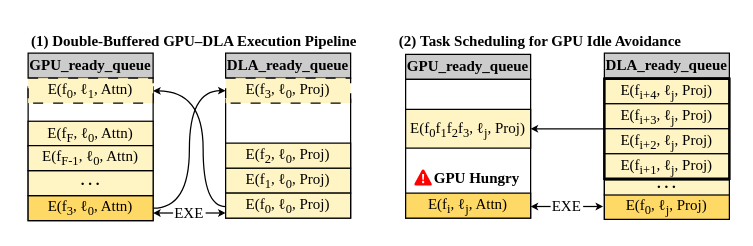
The draw.io diagram figures/design_pipeline.drawio in icszhr/hermes, before the edit. Source tidied: cells renumbered, new cells numbered last; positions are measured from the earlier drawing's top-left corner, leaving out a move shared by most shapes. Both pictures are drawn from the tidied source at 125%, with x=0, y=0 at pixel (28, 32).
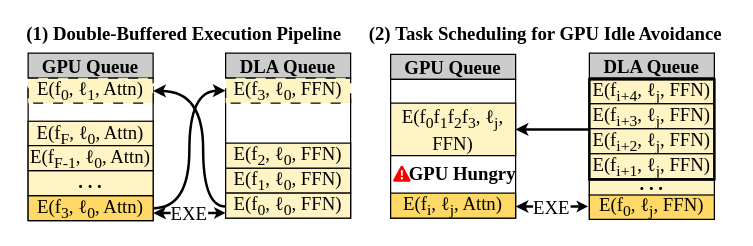
The same page after the edit.

Change to the diagram source:
```diff
@@
-    <mxCell id="2" value="&lt;b&gt;GPU_ready_queue&lt;/b&gt;" style="rounded=0;whiteSpace=wrap;html=1;fontFamily=Times New Roman;fillColor=#CCCCCC;" parent="1" vertex="1">
+    <mxCell id="2" value="&lt;b&gt;GPU Queue&lt;/b&gt;" style="rounded=0;whiteSpace=wrap;html=1;fontFamily=Times New Roman;fillColor=#CCCCCC;fontSize=15;" parent="1" vertex="1">
       <mxGeometry y="16" width="100" height="20" as="geometry" />
     </mxCell>
-    <mxCell id="3" style="rounded=0;whiteSpace=wrap;html=1;fontFamily=Times New Roman;" parent="1" vertex="1">
+    <mxCell id="3" style="rounded=0;whiteSpace=wrap;html=1;fontFamily=Times New Roman;fontSize=15;" parent="1" vertex="1">
       <mxGeometry y="43" width="100" height="107" as="geometry" />
     </mxCell>
-    <mxCell id="4" value="&lt;b&gt;DLA_ready_queue&lt;/b&gt;" style="rounded=0;whiteSpace=wrap;html=1;fontFamily=Times New Roman;fillColor=#CCCCCC;" parent="1" vertex="1">
+    <mxCell id="4" value="&lt;b&gt;DLA Queue&lt;/b&gt;" style="rounded=0;whiteSpace=wrap;html=1;fontFamily=Times New Roman;fillColor=#CCCCCC;fontSize=15;" parent="1" vertex="1">
       <mxGeometry x="158" y="16" width="100" height="20" as="geometry" />
     </mxCell>
-    <mxCell id="5" style="rounded=0;whiteSpace=wrap;html=1;fontFamily=Times New Roman;" parent="1" vertex="1">
+    <mxCell id="5" style="rounded=0;whiteSpace=wrap;html=1;fontFamily=Times New Roman;fontSize=15;" parent="1" vertex="1">
       <mxGeometry x="158" y="53" width="100" height="95" as="geometry" />
     </mxCell>
-    <mxCell id="6" style="edgeStyle=orthogonalEdgeStyle;rounded=0;jettySize=auto;html=1;exitX=1;exitY=0.5;exitDx=0;exitDy=0;entryX=0;entryY=0.5;entryDx=0;entryDy=0;curved=1;endSize=3;" parent="1" edge="1" source="7" target="17">
+    <mxCell id="6" style="edgeStyle=orthogonalEdgeStyle;rounded=0;jettySize=auto;html=1;exitX=1;exitY=0.5;exitDx=0;exitDy=0;entryX=0;entryY=0.5;entryDx=0;entryDy=0;curved=1;endSize=4;fontSize=15;strokeWidth=2;" parent="1" edge="1" source="7" target="17">
       <mxGeometry relative="1" as="geometry" />
     </mxCell>
-    <mxCell id="7" value="E(f&lt;sub&gt;3&lt;/sub&gt;, ℓ&lt;sub&gt;0&lt;/sub&gt;, Attn)" style="rounded=0;whiteSpace=wrap;html=1;fontFamily=Times New Roman;fillColor=#FFD966;" parent="1" vertex="1">
+    <mxCell id="7" value="E(f&lt;sub&gt;3&lt;/sub&gt;, ℓ&lt;sub&gt;0&lt;/sub&gt;, Attn)" style="rounded=0;whiteSpace=wrap;html=1;fontFamily=Times New Roman;fillColor=#FFD966;fontSize=15;" parent="1" vertex="1">
       <mxGeometry y="130" width="100" height="20" as="geometry" />
     </mxCell>
-    <mxCell id="8" value="&lt;b style=&quot;line-height: 0%;&quot;&gt;. . .&lt;/b&gt;" style="rounded=0;whiteSpace=wrap;html=1;spacingTop=-4;fontFamily=Times New Roman;fillColor=#FFF4C3;" parent="1" vertex="1">
+    <mxCell id="8" value="&lt;b style=&quot;line-height: 0%;&quot;&gt;. . .&lt;/b&gt;" style="rounded=0;whiteSpace=wrap;html=1;spacingTop=-4;fontFamily=Times New Roman;fillColor=#FFF4C3;fontSize=15;" parent="1" vertex="1">
       <mxGeometry y="110" width="100" height="20" as="geometry" />
     </mxCell>
-    <mxCell id="9" value="E(f&lt;sub&gt;F&lt;/sub&gt;, ℓ&lt;sub&gt;0&lt;/sub&gt;, Attn)" style="rounded=0;whiteSpace=wrap;html=1;fontFamily=Times New Roman;fillColor=#FFF4C3;" parent="1" vertex="1">
+    <mxCell id="9" value="E(f&lt;sub&gt;F&lt;/sub&gt;, ℓ&lt;sub&gt;0&lt;/sub&gt;, Attn)" style="rounded=0;whiteSpace=wrap;html=1;fontFamily=Times New Roman;fillColor=#FFF4C3;fontSize=15;" parent="1" vertex="1">
       <mxGeometry y="70.5" width="100" height="20" as="geometry" />
     </mxCell>
-    <mxCell id="10" value="E(f&lt;sub&gt;1&lt;/sub&gt;, ℓ&lt;sub&gt;0&lt;/sub&gt;, Proj)" style="rounded=0;whiteSpace=wrap;html=1;fontFamily=Times New Roman;fillColor=#FFF4C3;" parent="1" vertex="1">
+    <mxCell id="10" value="E(f&lt;sub&gt;1&lt;/sub&gt;, ℓ&lt;sub&gt;0&lt;/sub&gt;, FFN)" style="rounded=0;whiteSpace=wrap;html=1;fontFamily=Times New Roman;fillColor=#FFF4C3;fontSize=15;" parent="1" vertex="1">
       <mxGeometry x="158" y="108" width="100" height="20" as="geometry" />
     </mxCell>
-    <mxCell id="11" value="&lt;font face=&quot;Times New Roman&quot;&gt;EXE&lt;/font&gt;" style="text;html=1;whiteSpace=wrap;strokeColor=none;fillColor=none;align=center;verticalAlign=middle;rounded=0;" parent="1" vertex="1">
+    <mxCell id="11" value="&lt;font face=&quot;Times New Roman&quot;&gt;EXE&lt;/font&gt;" style="text;html=1;whiteSpace=wrap;strokeColor=none;fillColor=none;align=center;verticalAlign=middle;rounded=0;fontSize=15;" parent="1" vertex="1">
       <mxGeometry x="99" y="142" width="60" height="4" as="geometry" />
     </mxCell>
-    <mxCell id="12" style="endArrow=classic;html=1;rounded=0;endSize=3;" parent="1" edge="1">
+    <mxCell id="12" style="endArrow=classic;html=1;rounded=0;endSize=4;fontSize=15;strokeWidth=2;" parent="1" edge="1">
       <mxGeometry relative="1" as="geometry">
-        <mxPoint x="116" y="143.9" as="sourcePoint" />
+        <mxPoint x="114" y="143.9" as="sourcePoint" />
         <mxPoint x="100" y="143.9" as="targetPoint" />
       </mxGeometry>
     </mxCell>
-    <mxCell id="13" style="endArrow=none;html=1;rounded=0;endSize=3;endFill=0;startArrow=classic;startFill=1;startSize=3;" parent="1" edge="1">
+    <mxCell id="13" style="endArrow=none;html=1;rounded=0;endSize=4;endFill=0;startArrow=classic;startFill=1;startSize=3;fontSize=15;strokeWidth=2;" parent="1" edge="1">
       <mxGeometry relative="1" as="geometry">
         <mxPoint x="158" y="143.9" as="sourcePoint" />
-        <mxPoint x="142" y="143.9" as="targetPoint" />
+        <mxPoint x="144" y="143.9" as="targetPoint" />
       </mxGeometry>
     </mxCell>
-    <mxCell id="14" style="edgeStyle=orthogonalEdgeStyle;rounded=0;orthogonalLoop=1;jettySize=auto;html=1;exitX=0;exitY=0.5;exitDx=0;exitDy=0;entryX=1;entryY=1;entryDx=0;entryDy=0;curved=1;endSize=3;" parent="1" edge="1">
+    <mxCell id="14" style="edgeStyle=orthogonalEdgeStyle;rounded=0;orthogonalLoop=1;jettySize=auto;html=1;exitX=0;exitY=0.5;exitDx=0;exitDy=0;entryX=1;entryY=1;entryDx=0;entryDy=0;curved=1;endSize=4;fontSize=15;strokeWidth=2;" parent="1" edge="1">
       <mxGeometry relative="1" as="geometry">
         <mxPoint x="158" y="138.7" as="sourcePoint" />
         <mxPoint x="100" y="46.2" as="targetPoint" />
         <Array as="points">
           <mxPoint x="140" y="139" />
           <mxPoint x="140" y="46" />
         </Array>
       </mxGeometry>
     </mxCell>
-    <mxCell id="15" value="E(f&lt;sub&gt;0&lt;/sub&gt;, ℓ&lt;sub&gt;0&lt;/sub&gt;, Proj)" style="rounded=0;whiteSpace=wrap;html=1;fontFamily=Times New Roman;fillColor=#FFF4C3;" parent="1" vertex="1">
+    <mxCell id="15" value="E(f&lt;sub&gt;0&lt;/sub&gt;, ℓ&lt;sub&gt;0&lt;/sub&gt;, FFN)" style="rounded=0;whiteSpace=wrap;html=1;fontFamily=Times New Roman;fillColor=#FFF4C3;fontSize=15;" parent="1" vertex="1">
       <mxGeometry x="158" y="128" width="100" height="20" as="geometry" />
     </mxCell>
-    <mxCell id="16" value="E(f&lt;sub&gt;0&lt;/sub&gt;, ℓ&lt;sub&gt;1&lt;/sub&gt;, Attn)" style="rounded=0;whiteSpace=wrap;html=1;fontFamily=Times New Roman;fillColor=#FFF4C3;dashed=1;dashPattern=8 8;" parent="1" vertex="1">
+    <mxCell id="16" value="E(f&lt;sub&gt;0&lt;/sub&gt;, ℓ&lt;sub&gt;1&lt;/sub&gt;, Attn)" style="rounded=0;whiteSpace=wrap;html=1;fontFamily=Times New Roman;fillColor=#FFF4C3;dashed=1;dashPattern=8 8;fontSize=15;" parent="1" vertex="1">
       <mxGeometry y="36" width="100" height="20" as="geometry" />
     </mxCell>
-    <mxCell id="17" value="E(f&lt;sub&gt;3&lt;/sub&gt;, ℓ&lt;sub&gt;0&lt;/sub&gt;, Proj)" style="rounded=0;whiteSpace=wrap;html=1;fontFamily=Times New Roman;dashed=1;dashPattern=8 8;fillColor=#FFF4C3;" parent="1" vertex="1">
+    <mxCell id="17" value="E(f&lt;sub&gt;3&lt;/sub&gt;, ℓ&lt;sub&gt;0&lt;/sub&gt;, FFN)" style="rounded=0;whiteSpace=wrap;html=1;fontFamily=Times New Roman;dashed=1;dashPattern=8 8;fillColor=#FFF4C3;fontSize=15;" parent="1" vertex="1">
       <mxGeometry x="158" y="36" width="100" height="20" as="geometry" />
     </mxCell>
-    <mxCell id="18" value="&lt;b&gt;GPU_ready_queue&lt;/b&gt;" style="rounded=0;whiteSpace=wrap;html=1;fontFamily=Times New Roman;fillColor=#CCCCCC;" parent="1" vertex="1">
-      <mxGeometry x="302" y="17" width="100" height="20" as="geometry" />
+    <mxCell id="18" value="&lt;b&gt;GPU Queue&lt;/b&gt;" style="rounded=0;whiteSpace=wrap;html=1;fontFamily=Times New Roman;fillColor=#CCCCCC;fontSize=15;" parent="1" vertex="1">
+      <mxGeometry x="290" y="17" width="100" height="20" as="geometry" />
     </mxCell>
-    <mxCell id="19" value="&lt;b&gt;DLA_ready_queue&lt;/b&gt;" style="rounded=0;whiteSpace=wrap;html=1;fontFamily=Times New Roman;fillColor=#CCCCCC;" parent="1" vertex="1">
-      <mxGeometry x="461" y="16" width="100" height="20" as="geometry" />
+    <mxCell id="19" value="&lt;b&gt;DLA Queue&lt;/b&gt;" style="rounded=0;whiteSpace=wrap;html=1;fontFamily=Times New Roman;fillColor=#CCCCCC;fontSize=15;" parent="1" vertex="1">
+      <mxGeometry x="449" y="16" width="100" height="20" as="geometry" />
     </mxCell>
-    <mxCell id="20" style="rounded=0;whiteSpace=wrap;html=1;fontFamily=Times New Roman;" parent="1" vertex="1">
-      <mxGeometry x="302" y="37" width="100" height="111" as="geometry" />
+    <mxCell id="20" style="rounded=0;whiteSpace=wrap;html=1;fontFamily=Times New Roman;fontSize=15;" parent="1" vertex="1">
+      <mxGeometry x="290" y="37" width="100" height="111" as="geometry" />
     </mxCell>
-    <mxCell id="21" style="rounded=0;whiteSpace=wrap;html=1;fontFamily=Times New Roman;" parent="1" vertex="1">
-      <mxGeometry x="461" y="36" width="100" height="113" as="geometry" />
+    <mxCell id="21" style="rounded=0;whiteSpace=wrap;html=1;fontFamily=Times New Roman;fontSize=15;" parent="1" vertex="1">
+      <mxGeometry x="449" y="36" width="100" height="113" as="geometry" />
     </mxCell>
-    <mxCell id="22" value="E(f&lt;sub&gt;i&lt;/sub&gt;, ℓ&lt;sub&gt;j&lt;/sub&gt;, Attn)" style="rounded=0;whiteSpace=wrap;html=1;fontFamily=Times New Roman;fillColor=#FFD966;" parent="1" vertex="1">
-      <mxGeometry x="302" y="128" width="100" height="20" as="geometry" />
+    <mxCell id="22" value="E(f&lt;sub&gt;i&lt;/sub&gt;, ℓ&lt;sub&gt;j&lt;/sub&gt;, Attn)" style="rounded=0;whiteSpace=wrap;html=1;fontFamily=Times New Roman;fillColor=#FFD966;fontSize=15;" parent="1" vertex="1">
+      <mxGeometry x="290" y="128" width="100" height="20" as="geometry" />
     </mxCell>
-    <mxCell id="23" value="E(f&lt;sub&gt;0&lt;/sub&gt;, ℓ&lt;sub&gt;j&lt;/sub&gt;, Proj)" style="rounded=0;whiteSpace=wrap;html=1;fontFamily=Times New Roman;fillColor=#FFD966;" parent="1" vertex="1">
-      <mxGeometry x="461" y="129" width="100" height="20" as="geometry" />
+    <mxCell id="23" value="E(f&lt;sub&gt;0&lt;/sub&gt;, ℓ&lt;sub&gt;j&lt;/sub&gt;, FFN)" style="rounded=0;whiteSpace=wrap;html=1;fontFamily=Times New Roman;fillColor=#FFD966;fontSize=15;" parent="1" vertex="1">
+      <mxGeometry x="449" y="129" width="100" height="20" as="geometry" />
     </mxCell>
-    <mxCell id="24" value="&lt;font face=&quot;Times New Roman&quot;&gt;EXE&lt;/font&gt;" style="text;html=1;whiteSpace=wrap;strokeColor=none;fillColor=none;align=center;verticalAlign=middle;rounded=0;" parent="1" vertex="1">
-      <mxGeometry x="401" y="136.8" width="60" height="4" as="geometry" />
+    <mxCell id="24" value="&lt;font face=&quot;Times New Roman&quot;&gt;EXE&lt;/font&gt;" style="text;html=1;whiteSpace=wrap;strokeColor=none;fillColor=none;align=center;verticalAlign=middle;rounded=0;fontSize=15;" parent="1" vertex="1">
+      <mxGeometry x="389" y="136.8" width="60" height="4" as="geometry" />
     </mxCell>
-    <mxCell id="25" style="endArrow=classic;html=1;rounded=0;endSize=3;" parent="1" edge="1">
+    <mxCell id="25" style="endArrow=classic;html=1;rounded=0;endSize=4;fontSize=15;strokeWidth=2;" parent="1" edge="1">
       <mxGeometry relative="1" as="geometry">
-        <mxPoint x="418" y="138.7" as="sourcePoint" />
-        <mxPoint x="402" y="138.7" as="targetPoint" />
+        <mxPoint x="404" y="138.7" as="sourcePoint" />
+        <mxPoint x="390" y="138.7" as="targetPoint" />
       </mxGeometry>
     </mxCell>
-    <mxCell id="26" style="endArrow=none;html=1;rounded=0;endSize=3;endFill=0;startArrow=classic;startFill=1;startSize=3;" parent="1" edge="1">
+    <mxCell id="26" style="endArrow=none;html=1;rounded=0;endSize=4;endFill=0;startArrow=classic;startFill=1;startSize=3;fontSize=15;strokeWidth=2;" parent="1" edge="1">
       <mxGeometry relative="1" as="geometry">
-        <mxPoint x="460" y="138.7" as="sourcePoint" />
-        <mxPoint x="444" y="138.7" as="targetPoint" />
+        <mxPoint x="448" y="138.7" as="sourcePoint" />
+        <mxPoint x="434" y="138.7" as="targetPoint" />
       </mxGeometry>
     </mxCell>
-    <mxCell id="27" value="&lt;b style=&quot;line-height: 0px;&quot;&gt;. . .&lt;/b&gt;" style="rounded=0;whiteSpace=wrap;html=1;fontFamily=Times New Roman;fillColor=#FFF4C3;spacingTop=-7;" parent="1" vertex="1">
-      <mxGeometry x="461" y="117.5" width="100" height="12" as="geometry" />
+    <mxCell id="27" value="&lt;b style=&quot;line-height: 0px;&quot;&gt;. . .&lt;/b&gt;" style="rounded=0;whiteSpace=wrap;html=1;fontFamily=Times New Roman;fillColor=#FFF4C3;spacingTop=-7;fontSize=15;" parent="1" vertex="1">
+      <mxGeometry x="449" y="117.5" width="100" height="12" as="geometry" />
     </mxCell>
-    <mxCell id="28" value="&lt;b style=&quot;forced-color-adjust: none; color: rgb(0, 0, 0); font-family: &amp;quot;Times New Roman&amp;quot;; font-size: 12px; font-style: normal; font-variant-ligatures: normal; font-variant-caps: normal; letter-spacing: normal; orphans: 2; text-align: center; text-indent: 0px; text-transform: none; widows: 2; word-spacing: 0px; -webkit-text-stroke-width: 0px; white-space: normal; text-decoration-thickness: initial; text-decoration-style: initial; text-decoration-color: initial;&quot;&gt;GPU Hungry&lt;/b&gt;" style="text;whiteSpace=wrap;html=1;labelBackgroundColor=none;" parent="1" vertex="1">
-      <mxGeometry x="323" y="102" width="80" height="20" as="geometry" />
+    <mxCell id="28" value="&lt;b style=&quot;forced-color-adjust: none; color: rgb(0, 0, 0); font-family: &amp;quot;Times New Roman&amp;quot;; font-style: normal; font-variant-ligatures: normal; font-variant-caps: normal; letter-spacing: normal; orphans: 2; text-align: center; text-indent: 0px; text-transform: none; widows: 2; word-spacing: 0px; -webkit-text-stroke-width: 0px; white-space: normal; text-decoration-thickness: initial; text-decoration-style: initial; text-decoration-color: initial;&quot;&gt;GPU Hungry&lt;/b&gt;" style="text;whiteSpace=wrap;html=1;labelBackgroundColor=none;fontSize=15;" parent="1" vertex="1">
+      <mxGeometry x="303" y="96.5" width="92" height="20" as="geometry" />
     </mxCell>
-    <mxCell id="29" style="verticalLabelPosition=bottom;html=1;verticalAlign=top;align=center;strokeColor=none;fillColor=#FF0000;shape=mxgraph.azure.azure_alert;" parent="1" vertex="1">
-      <mxGeometry x="309" y="109" width="14" height="13" as="geometry" />
+    <mxCell id="29" style="verticalLabelPosition=bottom;html=1;verticalAlign=top;align=center;strokeColor=none;fillColor=#FF0000;shape=mxgraph.azure.azure_alert;fontSize=15;" parent="1" vertex="1">
+      <mxGeometry x="292" y="106" width="14" height="13" as="geometry" />
     </mxCell>
-    <mxCell id="30" value="&lt;font&gt;&lt;b&gt;(1)&amp;nbsp;Double-Buffered GPU–DLA Execution Pipeline&lt;/b&gt;&lt;/font&gt;" style="text;html=1;whiteSpace=wrap;strokeColor=none;fillColor=none;align=center;verticalAlign=middle;rounded=0;fontFamily=Times New Roman;fontSize=12;" parent="1" vertex="1">
-      <mxGeometry width="266" height="14" as="geometry" />
+    <mxCell id="30" value="&lt;font&gt;&lt;b&gt;(1)&amp;nbsp;Double-Buffered Execution Pipeline&lt;/b&gt;&lt;/font&gt;" style="text;html=1;whiteSpace=wrap;strokeColor=none;fillColor=none;align=center;verticalAlign=middle;rounded=0;fontFamily=Times New Roman;fontSize=15;" parent="1" vertex="1">
+      <mxGeometry x="-5" y="-7" width="260" height="14" as="geometry" />
     </mxCell>
-    <mxCell id="31" value="&lt;b&gt;&lt;font&gt;&lt;span style=&quot;text-align: center;&quot;&gt;(2)&amp;nbsp;&lt;/span&gt;Task Scheduling for GPU Idle Avoidance&lt;/font&gt;&lt;/b&gt;" style="text;whiteSpace=wrap;html=1;verticalAlign=middle;fontFamily=Times New Roman;fontSize=12;" parent="1" vertex="1">
-      <mxGeometry x="295" width="250" height="13" as="geometry" />
+    <mxCell id="31" value="&lt;b&gt;&lt;font&gt;&lt;span style=&quot;text-align: center;&quot;&gt;(2)&amp;nbsp;&lt;/span&gt;Task Scheduling for GPU Idle Avoidance&lt;/font&gt;&lt;/b&gt;" style="text;whiteSpace=wrap;html=1;verticalAlign=middle;fontFamily=Times New Roman;fontSize=15;" parent="1" vertex="1">
+      <mxGeometry x="271" y="-7" width="290" height="13" as="geometry" />
     </mxCell>
-    <mxCell id="32" value="E(f&lt;sub&gt;i+4&lt;/sub&gt;, ℓ&lt;sub&gt;j&lt;/sub&gt;, Proj)" style="rounded=0;whiteSpace=wrap;html=1;fontFamily=Times New Roman;fillColor=#FFF4C3;" parent="1" vertex="1">
-      <mxGeometry x="461" y="36.5" width="100" height="20" as="geometry" />
+    <mxCell id="32" value="E(f&lt;sub&gt;i+4&lt;/sub&gt;, ℓ&lt;sub&gt;j&lt;/sub&gt;, FFN)" style="rounded=0;whiteSpace=wrap;html=1;fontFamily=Times New Roman;fillColor=#FFF4C3;fontSize=15;" parent="1" vertex="1">
+      <mxGeometry x="449" y="36.5" width="100" height="20" as="geometry" />
     </mxCell>
-    <mxCell id="33" value="E(f&lt;sub&gt;i+3&lt;/sub&gt;, ℓ&lt;sub&gt;j&lt;/sub&gt;, Proj)" style="rounded=0;whiteSpace=wrap;html=1;fontFamily=Times New Roman;fillColor=#FFF4C3;" parent="1" vertex="1">
-      <mxGeometry x="461" y="56.5" width="100" height="20" as="geometry" />
+    <mxCell id="33" value="E(f&lt;sub&gt;i+3&lt;/sub&gt;, ℓ&lt;sub&gt;j&lt;/sub&gt;, FFN)" style="rounded=0;whiteSpace=wrap;html=1;fontFamily=Times New Roman;fillColor=#FFF4C3;fontSize=15;" parent="1" vertex="1">
+      <mxGeometry x="449" y="56.5" width="100" height="20" as="geometry" />
     </mxCell>
-    <mxCell id="34" value="E(f&lt;sub&gt;i+2&lt;/sub&gt;, ℓ&lt;sub&gt;j&lt;/sub&gt;, Proj)" style="rounded=0;whiteSpace=wrap;html=1;fontFamily=Times New Roman;fillColor=#FFF4C3;" parent="1" vertex="1">
-      <mxGeometry x="461" y="76.5" width="100" height="20" as="geometry" />
+    <mxCell id="34" value="E(f&lt;sub&gt;i+2&lt;/sub&gt;, ℓ&lt;sub&gt;j&lt;/sub&gt;, FFN)" style="rounded=0;whiteSpace=wrap;html=1;fontFamily=Times New Roman;fillColor=#FFF4C3;fontSize=15;" parent="1" vertex="1">
+      <mxGeometry x="449" y="76.5" width="100" height="20" as="geometry" />
     </mxCell>
-    <mxCell id="35" value="E(f&lt;sub&gt;i+1&lt;/sub&gt;, ℓ&lt;sub&gt;j&lt;/sub&gt;, Proj)" style="rounded=0;whiteSpace=wrap;html=1;fontFamily=Times New Roman;fillColor=#FFF4C3;" parent="1" vertex="1">
-      <mxGeometry x="461" y="96.5" width="100" height="20" as="geometry" />
+    <mxCell id="35" value="E(f&lt;sub&gt;i+1&lt;/sub&gt;, ℓ&lt;sub&gt;j&lt;/sub&gt;, FFN)" style="rounded=0;whiteSpace=wrap;html=1;fontFamily=Times New Roman;fillColor=#FFF4C3;fontSize=15;" parent="1" vertex="1">
+      <mxGeometry x="449" y="96.5" width="100" height="20" as="geometry" />
     </mxCell>
-    <mxCell id="36" style="rounded=0;jettySize=auto;html=1;exitX=0;exitY=0.5;exitDx=0;exitDy=0;entryX=1;entryY=0.5;entryDx=0;entryDy=0;endSize=3;" parent="1" edge="1" source="37" target="38">
+    <mxCell id="36" style="rounded=0;jettySize=auto;html=1;exitX=0;exitY=0.5;exitDx=0;exitDy=0;entryX=1;entryY=0.5;entryDx=0;entryDy=0;endSize=4;fontSize=15;strokeWidth=2;" parent="1" edge="1" source="37" target="38">
       <mxGeometry relative="1" as="geometry" />
     </mxCell>
-    <mxCell id="37" style="rounded=0;whiteSpace=wrap;html=1;strokeWidth=2;fillColor=none;" parent="1" vertex="1">
-      <mxGeometry x="461" y="36.5" width="100" height="80" as="geometry" />
+    <mxCell id="37" style="rounded=0;whiteSpace=wrap;html=1;strokeWidth=2;fillColor=none;fontSize=15;" parent="1" vertex="1">
+      <mxGeometry x="449" y="37" width="100" height="80" as="geometry" />
     </mxCell>
-    <mxCell id="38" value="E(f&lt;sub&gt;0&lt;/sub&gt;f&lt;sub&gt;1&lt;/sub&gt;f&lt;sub&gt;2&lt;/sub&gt;f&lt;sub&gt;3&lt;/sub&gt;, ℓ&lt;sub&gt;j&lt;/sub&gt;, Proj)" style="rounded=0;whiteSpace=wrap;html=1;fontFamily=Times New Roman;fillColor=#FFF4C3;" parent="1" vertex="1">
-      <mxGeometry x="302" y="61" width="100" height="31" as="geometry" />
+    <mxCell id="38" value="E(f&lt;sub&gt;0&lt;/sub&gt;f&lt;sub&gt;1&lt;/sub&gt;f&lt;sub&gt;2&lt;/sub&gt;f&lt;sub&gt;3&lt;/sub&gt;, ℓ&lt;sub&gt;j&lt;/sub&gt;, FFN)" style="rounded=0;whiteSpace=wrap;html=1;fontFamily=Times New Roman;fillColor=#FFF4C3;fontSize=15;" parent="1" vertex="1">
+      <mxGeometry x="290" y="56" width="100" height="42" as="geometry" />
     </mxCell>
-    <mxCell id="39" value="E(f&lt;sub&gt;2&lt;/sub&gt;, ℓ&lt;sub&gt;0&lt;/sub&gt;, Proj)" style="rounded=0;whiteSpace=wrap;html=1;fontFamily=Times New Roman;fillColor=#FFF4C3;" parent="1" vertex="1">
+    <mxCell id="39" value="E(f&lt;sub&gt;2&lt;/sub&gt;, ℓ&lt;sub&gt;0&lt;/sub&gt;, FFN)" style="rounded=0;whiteSpace=wrap;html=1;fontFamily=Times New Roman;fillColor=#FFF4C3;fontSize=15;" parent="1" vertex="1">
       <mxGeometry x="158" y="88" width="100" height="20" as="geometry" />
     </mxCell>
-    <mxCell id="40" value="E(f&lt;sub&gt;F-1&lt;/sub&gt;, ℓ&lt;sub&gt;0&lt;/sub&gt;, Attn)" style="rounded=0;whiteSpace=wrap;html=1;fontFamily=Times New Roman;fillColor=#FFF4C3;" parent="1" vertex="1">
+    <mxCell id="40" value="E(f&lt;sub&gt;F-1&lt;/sub&gt;, ℓ&lt;sub&gt;0&lt;/sub&gt;, Attn)" style="rounded=0;whiteSpace=wrap;html=1;fontFamily=Times New Roman;fillColor=#FFF4C3;fontSize=15;" parent="1" vertex="1">
       <mxGeometry y="90" width="100" height="20" as="geometry" />
     </mxCell>
```
